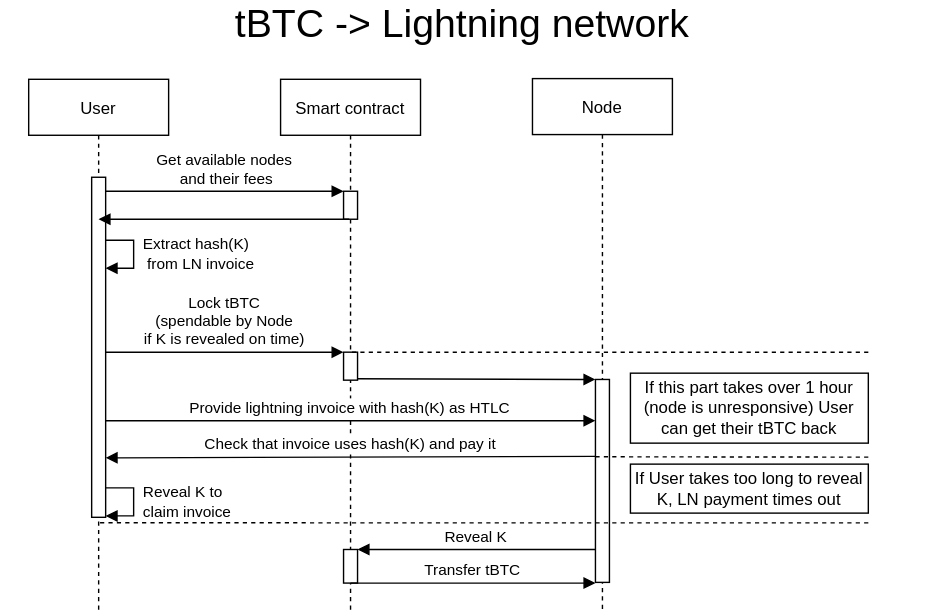
The draw.io diagram images/tbtc2ln.svg in keep-community/tbtcswaps, before a commit. Source tidied: cells renumbered, new cells last; positions are measured from the earlier drawing's top-left corner, leaving out a move shared by most shapes. The source it was exported from:
```xml
<mxGraphModel>
  <root>
    <mxCell id="0" />
    <mxCell id="1" parent="0" />
    <mxCell id="2" value="Reveal K" style="verticalAlign=bottom;endArrow=block;shadow=0;strokeWidth=1;" parent="1" edge="1" target="7">
      <mxGeometry relative="1" as="geometry">
        <mxPoint x="425" y="386" as="sourcePoint" />
      </mxGeometry>
    </mxCell>
    <mxCell id="3" value="User" style="shape=umlLifeline;perimeter=lifelinePerimeter;rounded=0;shadow=0;strokeWidth=1;" parent="1" vertex="1">
      <mxGeometry x="20" y="50" width="100" height="380" as="geometry" />
    </mxCell>
    <mxCell id="4" style="points=[];perimeter=orthogonalPerimeter;rounded=0;shadow=0;strokeWidth=1;" parent="3" vertex="1">
      <mxGeometry x="45" y="70" width="10" height="243" as="geometry" />
    </mxCell>
    <mxCell id="5" value="Smart contract" style="shape=umlLifeline;perimeter=lifelinePerimeter;rounded=0;shadow=0;strokeWidth=1;" parent="1" vertex="1">
      <mxGeometry x="200" y="50" width="100" height="380" as="geometry" />
    </mxCell>
    <mxCell id="6" style="points=[];perimeter=orthogonalPerimeter;rounded=0;shadow=0;strokeWidth=1;" parent="5" vertex="1">
      <mxGeometry x="45" y="80" width="10" height="20" as="geometry" />
    </mxCell>
    <mxCell id="7" style="points=[];perimeter=orthogonalPerimeter;rounded=0;shadow=0;strokeWidth=1;" parent="5" vertex="1">
      <mxGeometry x="45" y="336" width="10" height="24" as="geometry" />
    </mxCell>
    <mxCell id="8" value="Get available nodes&#10; and their fees" style="verticalAlign=bottom;endArrow=block;entryX=0;entryY=0;shadow=0;strokeWidth=1;" parent="1" edge="1" source="4" target="6">
      <mxGeometry relative="1" as="geometry" />
    </mxCell>
    <mxCell id="9" style="verticalAlign=bottom;endArrow=block;shadow=0;strokeWidth=1;exitX=0.4;exitY=1;exitDx=0;exitDy=0;exitPerimeter=0;" parent="1" edge="1" source="6" target="3">
      <mxGeometry relative="1" as="geometry" />
    </mxCell>
    <mxCell id="10" value="Node" style="shape=umlLifeline;perimeter=lifelinePerimeter;rounded=0;shadow=0;strokeWidth=1;" parent="1" vertex="1">
      <mxGeometry x="380" y="49.5" width="100" height="380.5" as="geometry" />
    </mxCell>
    <mxCell id="11" style="points=[];perimeter=orthogonalPerimeter;rounded=0;shadow=0;strokeWidth=1;" parent="10" vertex="1">
      <mxGeometry x="45" y="215" width="10" height="145" as="geometry" />
    </mxCell>
    <mxCell id="12" value="&lt;font style=&quot;font-size: 28px&quot;&gt;tBTC -&amp;gt;&amp;nbsp;&lt;/font&gt;&lt;span style=&quot;font-size: 28px&quot;&gt;Lightning network&lt;/span&gt;" style="text;html=1;strokeColor=none;fillColor=none;align=center;verticalAlign=middle;whiteSpace=wrap;rounded=0;" parent="1" vertex="1">
      <mxGeometry width="660" height="20" as="geometry" />
    </mxCell>
    <mxCell id="13" style="verticalAlign=bottom;endArrow=block;shadow=0;strokeWidth=1;exitX=0.7;exitY=0.95;exitDx=0;exitDy=0;exitPerimeter=0;" parent="1" edge="1" source="17" target="11">
      <mxGeometry relative="1" as="geometry" />
    </mxCell>
    <mxCell id="14" value="Check that invoice uses hash(K) and pay it" style="verticalAlign=bottom;endArrow=block;entryX=1;entryY=0.795;shadow=0;strokeWidth=1;entryDx=0;entryDy=0;entryPerimeter=0;" parent="1" edge="1">
      <mxGeometry relative="1" as="geometry">
        <mxPoint x="425" y="319.5" as="sourcePoint" />
        <mxPoint x="75" y="320.5" as="targetPoint" />
      </mxGeometry>
    </mxCell>
    <mxCell id="15" value="&amp;nbsp;Extract hash(K)&lt;br&gt;&amp;nbsp; from LN invoice" style="edgeStyle=orthogonalEdgeStyle;html=1;align=left;spacingLeft=2;endArrow=block;rounded=0;entryX=1;entryY=0;" parent="1" edge="1">
      <mxGeometry relative="1" as="geometry">
        <mxPoint x="75" y="165" as="sourcePoint" />
        <mxPoint x="75" y="185" as="targetPoint" />
        <Array as="points">
          <mxPoint x="95" y="165" />
        </Array>
      </mxGeometry>
    </mxCell>
    <mxCell id="16" value="Lock tBTC&#10;(spendable by Node&#10;if K is revealed on time)" style="verticalAlign=bottom;endArrow=block;entryX=0;entryY=0;shadow=0;strokeWidth=1;align=center;" parent="1" edge="1" target="17">
      <mxGeometry relative="1" as="geometry">
        <mxPoint x="75" y="245" as="sourcePoint" />
      </mxGeometry>
    </mxCell>
    <mxCell id="17" style="points=[];perimeter=orthogonalPerimeter;rounded=0;shadow=0;strokeWidth=1;" parent="1" vertex="1">
      <mxGeometry x="245" y="245" width="10" height="20" as="geometry" />
    </mxCell>
    <mxCell id="18" value="Provide lightning invoice with hash(K) as HTLC" style="verticalAlign=bottom;endArrow=block;shadow=0;strokeWidth=1;exitX=0.981;exitY=0.543;exitDx=0;exitDy=0;exitPerimeter=0;" parent="1" edge="1">
      <mxGeometry relative="1" as="geometry">
        <mxPoint x="74.8" y="294" as="sourcePoint" />
        <mxPoint x="425" y="294" as="targetPoint" />
      </mxGeometry>
    </mxCell>
    <mxCell id="19" value="If this part takes over 1 hour (node is unresponsive) User can get their tBTC back" style="rounded=0;whiteSpace=wrap;html=1;align=center;" parent="1" vertex="1">
      <mxGeometry x="450" y="260" width="170" height="50" as="geometry" />
    </mxCell>
    <mxCell id="20" value="&amp;nbsp;Reveal K to&lt;br&gt;&amp;nbsp;claim invoice" style="edgeStyle=orthogonalEdgeStyle;html=1;align=left;spacingLeft=2;endArrow=block;rounded=0;entryX=1;entryY=0;" parent="1" edge="1">
      <mxGeometry relative="1" as="geometry">
        <mxPoint x="75" y="342" as="sourcePoint" />
        <mxPoint x="75" y="362" as="targetPoint" />
        <Array as="points">
          <mxPoint x="95" y="342" />
        </Array>
      </mxGeometry>
    </mxCell>
    <mxCell id="21" value="Transfer tBTC" style="verticalAlign=bottom;endArrow=block;shadow=0;strokeWidth=1;" parent="1" edge="1">
      <mxGeometry relative="1" as="geometry">
        <mxPoint x="250" y="410" as="sourcePoint" />
        <mxPoint x="425" y="410" as="targetPoint" />
      </mxGeometry>
    </mxCell>
    <mxCell id="22" style="endArrow=none;dashed=1;html=1;strokeColor=#000000;align=center;" parent="1" edge="1">
      <mxGeometry relative="1" as="geometry">
        <mxPoint x="620" y="245" as="sourcePoint" />
        <mxPoint x="249" y="245" as="targetPoint" />
      </mxGeometry>
    </mxCell>
    <mxCell id="23" style="endArrow=none;dashed=1;html=1;strokeColor=#000000;align=center;entryX=-0.077;entryY=0.381;entryDx=0;entryDy=0;entryPerimeter=0;" parent="1" edge="1" target="11">
      <mxGeometry relative="1" as="geometry">
        <mxPoint x="620" y="320" as="sourcePoint" />
      </mxGeometry>
    </mxCell>
    <mxCell id="24" style="endArrow=none;dashed=1;html=1;strokeColor=#000000;align=center;entryX=0.496;entryY=0.834;entryDx=0;entryDy=0;entryPerimeter=0;" parent="1" edge="1" target="3">
      <mxGeometry relative="1" as="geometry">
        <mxPoint x="620" y="367" as="sourcePoint" />
      </mxGeometry>
    </mxCell>
    <mxCell id="25" value="If User takes too long to reveal K, LN payment times out" style="rounded=0;whiteSpace=wrap;html=1;align=center;" parent="1" vertex="1">
      <mxGeometry x="450" y="325" width="170" height="35" as="geometry" />
    </mxCell>
  </root>
</mxGraphModel>
```
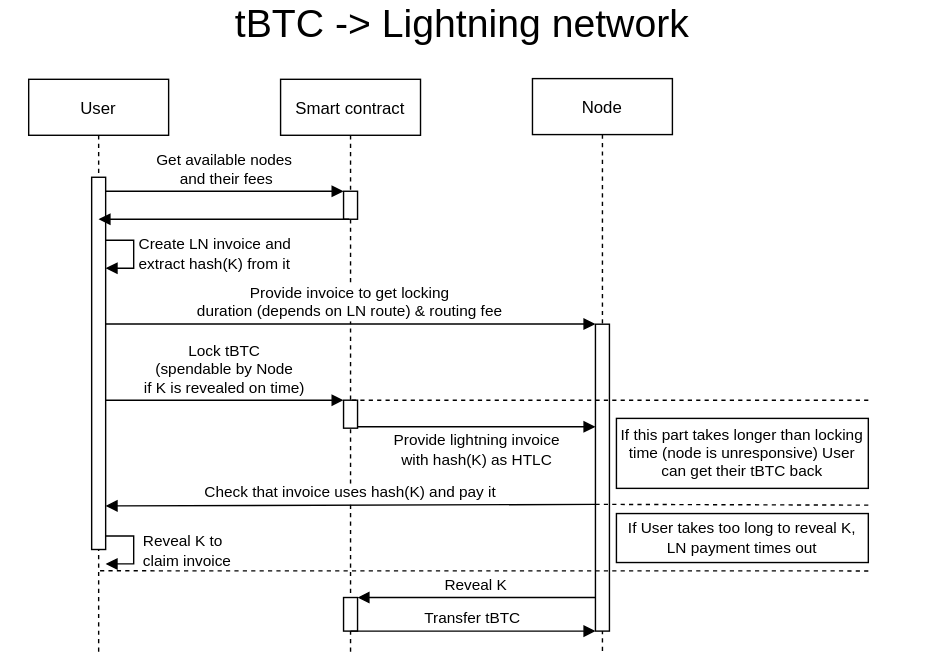
After the commit.

Commit message:
Update image to current behaviour

The edit, as a diff of the source:
```diff
@@ -4,23 +4,23 @@
     <mxCell id="1" parent="0" />
     <mxCell id="2" value="Reveal K" style="verticalAlign=bottom;endArrow=block;shadow=0;strokeWidth=1;" parent="1" edge="1" target="7">
       <mxGeometry relative="1" as="geometry">
-        <mxPoint x="425" y="386" as="sourcePoint" />
+        <mxPoint x="425" y="420.3" as="sourcePoint" />
       </mxGeometry>
     </mxCell>
     <mxCell id="3" value="User" style="shape=umlLifeline;perimeter=lifelinePerimeter;rounded=0;shadow=0;strokeWidth=1;" parent="1" vertex="1">
-      <mxGeometry x="20" y="50" width="100" height="380" as="geometry" />
+      <mxGeometry x="20" y="50" width="100" height="410" as="geometry" />
     </mxCell>
     <mxCell id="4" style="points=[];perimeter=orthogonalPerimeter;rounded=0;shadow=0;strokeWidth=1;" parent="3" vertex="1">
-      <mxGeometry x="45" y="70" width="10" height="243" as="geometry" />
+      <mxGeometry x="45" y="70" width="10" height="266" as="geometry" />
     </mxCell>
     <mxCell id="5" value="Smart contract" style="shape=umlLifeline;perimeter=lifelinePerimeter;rounded=0;shadow=0;strokeWidth=1;" parent="1" vertex="1">
-      <mxGeometry x="200" y="50" width="100" height="380" as="geometry" />
+      <mxGeometry x="200" y="50" width="100" height="410" as="geometry" />
     </mxCell>
     <mxCell id="6" style="points=[];perimeter=orthogonalPerimeter;rounded=0;shadow=0;strokeWidth=1;" parent="5" vertex="1">
       <mxGeometry x="45" y="80" width="10" height="20" as="geometry" />
     </mxCell>
     <mxCell id="7" style="points=[];perimeter=orthogonalPerimeter;rounded=0;shadow=0;strokeWidth=1;" parent="5" vertex="1">
-      <mxGeometry x="45" y="336" width="10" height="24" as="geometry" />
+      <mxGeometry x="45" y="370.3" width="10" height="24" as="geometry" />
     </mxCell>
     <mxCell id="8" value="Get available nodes&#10; and their fees" style="verticalAlign=bottom;endArrow=block;entryX=0;entryY=0;shadow=0;strokeWidth=1;" parent="1" edge="1" source="4" target="6">
       <mxGeometry relative="1" as="geometry" />
@@ -29,24 +29,26 @@
       <mxGeometry relative="1" as="geometry" />
     </mxCell>
     <mxCell id="10" value="Node" style="shape=umlLifeline;perimeter=lifelinePerimeter;rounded=0;shadow=0;strokeWidth=1;" parent="1" vertex="1">
-      <mxGeometry x="380" y="49.5" width="100" height="380.5" as="geometry" />
+      <mxGeometry x="380" y="49.5" width="100" height="410.5" as="geometry" />
     </mxCell>
-    <mxCell id="11" style="points=[];perimeter=orthogonalPerimeter;rounded=0;shadow=0;strokeWidth=1;" parent="10" vertex="1">
-      <mxGeometry x="45" y="215" width="10" height="145" as="geometry" />
-    </mxCell>
     <mxCell id="12" value="&lt;font style=&quot;font-size: 28px&quot;&gt;tBTC -&amp;gt;&amp;nbsp;&lt;/font&gt;&lt;span style=&quot;font-size: 28px&quot;&gt;Lightning network&lt;/span&gt;" style="text;html=1;strokeColor=none;fillColor=none;align=center;verticalAlign=middle;whiteSpace=wrap;rounded=0;" parent="1" vertex="1">
       <mxGeometry width="660" height="20" as="geometry" />
     </mxCell>
     <mxCell id="13" style="verticalAlign=bottom;endArrow=block;shadow=0;strokeWidth=1;exitX=0.7;exitY=0.95;exitDx=0;exitDy=0;exitPerimeter=0;" parent="1" edge="1" source="17" target="11">
       <mxGeometry relative="1" as="geometry" />
     </mxCell>
+    <mxCell id="18" value="Provide lightning invoice &lt;br&gt;with hash(K) as HTLC" style="edgeLabel;html=1;align=center;verticalAlign=middle;" parent="13" vertex="1">
+      <mxGeometry x="-0.37" y="2" relative="1" as="geometry">
+        <mxPoint x="33.5" y="18" as="offset" />
+      </mxGeometry>
+    </mxCell>
     <mxCell id="14" value="Check that invoice uses hash(K) and pay it" style="verticalAlign=bottom;endArrow=block;entryX=1;entryY=0.795;shadow=0;strokeWidth=1;entryDx=0;entryDy=0;entryPerimeter=0;" parent="1" edge="1">
       <mxGeometry relative="1" as="geometry">
-        <mxPoint x="425" y="319.5" as="sourcePoint" />
-        <mxPoint x="75" y="320.5" as="targetPoint" />
+        <mxPoint x="425" y="353.8" as="sourcePoint" />
+        <mxPoint x="75" y="354.8" as="targetPoint" />
       </mxGeometry>
     </mxCell>
-    <mxCell id="15" value="&amp;nbsp;Extract hash(K)&lt;br&gt;&amp;nbsp; from LN invoice" style="edgeStyle=orthogonalEdgeStyle;html=1;align=left;spacingLeft=2;endArrow=block;rounded=0;entryX=1;entryY=0;" parent="1" edge="1">
+    <mxCell id="15" value="Create LN invoice and&lt;br&gt;extract hash(K) from it" style="edgeStyle=orthogonalEdgeStyle;html=1;align=left;spacingLeft=2;endArrow=block;rounded=0;entryX=1;entryY=0;" parent="1" edge="1">
       <mxGeometry relative="1" as="geometry">
         <mxPoint x="75" y="165" as="sourcePoint" />
         <mxPoint x="75" y="185" as="targetPoint" />
@@ -57,54 +59,58 @@
     </mxCell>
     <mxCell id="16" value="Lock tBTC&#10;(spendable by Node&#10;if K is revealed on time)" style="verticalAlign=bottom;endArrow=block;entryX=0;entryY=0;shadow=0;strokeWidth=1;align=center;" parent="1" edge="1" target="17">
       <mxGeometry relative="1" as="geometry">
-        <mxPoint x="75" y="245" as="sourcePoint" />
+        <mxPoint x="75" y="279.3" as="sourcePoint" />
       </mxGeometry>
     </mxCell>
     <mxCell id="17" style="points=[];perimeter=orthogonalPerimeter;rounded=0;shadow=0;strokeWidth=1;" parent="1" vertex="1">
-      <mxGeometry x="245" y="245" width="10" height="20" as="geometry" />
+      <mxGeometry x="245" y="279.3" width="10" height="20" as="geometry" />
     </mxCell>
-    <mxCell id="18" value="Provide lightning invoice with hash(K) as HTLC" style="verticalAlign=bottom;endArrow=block;shadow=0;strokeWidth=1;exitX=0.981;exitY=0.543;exitDx=0;exitDy=0;exitPerimeter=0;" parent="1" edge="1">
-      <mxGeometry relative="1" as="geometry">
-        <mxPoint x="74.8" y="294" as="sourcePoint" />
-        <mxPoint x="425" y="294" as="targetPoint" />
-      </mxGeometry>
-    </mxCell>
-    <mxCell id="19" value="If this part takes over 1 hour (node is unresponsive) User can get their tBTC back" style="rounded=0;whiteSpace=wrap;html=1;align=center;" parent="1" vertex="1">
-      <mxGeometry x="450" y="260" width="170" height="50" as="geometry" />
+    <mxCell id="19" value="If this part takes longer than locking time (node is unresponsive) User can get their tBTC back" style="rounded=0;whiteSpace=wrap;html=1;align=center;fontSize=11;" parent="1" vertex="1">
+      <mxGeometry x="440" y="292.3" width="180" height="50" as="geometry" />
     </mxCell>
     <mxCell id="20" value="&amp;nbsp;Reveal K to&lt;br&gt;&amp;nbsp;claim invoice" style="edgeStyle=orthogonalEdgeStyle;html=1;align=left;spacingLeft=2;endArrow=block;rounded=0;entryX=1;entryY=0;" parent="1" edge="1">
       <mxGeometry relative="1" as="geometry">
-        <mxPoint x="75" y="342" as="sourcePoint" />
-        <mxPoint x="75" y="362" as="targetPoint" />
+        <mxPoint x="75" y="376.3" as="sourcePoint" />
+        <mxPoint x="75" y="396.3" as="targetPoint" />
         <Array as="points">
-          <mxPoint x="95" y="342" />
+          <mxPoint x="95" y="376.3" />
         </Array>
       </mxGeometry>
     </mxCell>
     <mxCell id="21" value="Transfer tBTC" style="verticalAlign=bottom;endArrow=block;shadow=0;strokeWidth=1;" parent="1" edge="1">
       <mxGeometry relative="1" as="geometry">
-        <mxPoint x="250" y="410" as="sourcePoint" />
-        <mxPoint x="425" y="410" as="targetPoint" />
+        <mxPoint x="250" y="444.3" as="sourcePoint" />
+        <mxPoint x="425" y="444.3" as="targetPoint" />
       </mxGeometry>
     </mxCell>
+    <mxCell id="25" value="If User takes too long to reveal K, LN payment times out" style="rounded=0;whiteSpace=wrap;html=1;align=center;fontSize=11;" parent="1" vertex="1">
+      <mxGeometry x="440" y="360.3" width="180" height="35" as="geometry" />
+    </mxCell>
+    <mxCell id="11" style="points=[];perimeter=orthogonalPerimeter;rounded=0;shadow=0;strokeWidth=1;" parent="1" vertex="1">
+      <mxGeometry x="425" y="225" width="10" height="219.3" as="geometry" />
+    </mxCell>
+    <mxCell id="26" value="Provide invoice to get locking&#10;duration (depends on LN route) &amp; routing fee" style="verticalAlign=bottom;endArrow=block;shadow=0;strokeWidth=1;align=center;exitX=0.984;exitY=0.368;exitDx=0;exitDy=0;exitPerimeter=0;" parent="1" edge="1">
+      <mxGeometry relative="1" as="geometry">
+        <mxPoint x="74.8" y="224.9" as="sourcePoint" />
+        <mxPoint x="425" y="224.9" as="targetPoint" />
+      </mxGeometry>
+    </mxCell>
+    <mxCell id="23" style="endArrow=none;dashed=1;html=1;strokeColor=#000000;align=center;entryX=-0.094;entryY=0.587;entryDx=0;entryDy=0;entryPerimeter=0;" parent="1" edge="1" target="11">
+      <mxGeometry relative="1" as="geometry">
+        <mxPoint x="620" y="354.3" as="sourcePoint" />
+      </mxGeometry>
+    </mxCell>
     <mxCell id="22" style="endArrow=none;dashed=1;html=1;strokeColor=#000000;align=center;" parent="1" edge="1">
       <mxGeometry relative="1" as="geometry">
-        <mxPoint x="620" y="245" as="sourcePoint" />
-        <mxPoint x="249" y="245" as="targetPoint" />
+        <mxPoint x="620" y="279.3" as="sourcePoint" />
+        <mxPoint x="249" y="279.3" as="targetPoint" />
       </mxGeometry>
     </mxCell>
-    <mxCell id="23" style="endArrow=none;dashed=1;html=1;strokeColor=#000000;align=center;entryX=-0.077;entryY=0.381;entryDx=0;entryDy=0;entryPerimeter=0;" parent="1" edge="1" target="11">
-      <mxGeometry relative="1" as="geometry">
-        <mxPoint x="620" y="320" as="sourcePoint" />
-      </mxGeometry>
-    </mxCell>
-    <mxCell id="24" style="endArrow=none;dashed=1;html=1;strokeColor=#000000;align=center;entryX=0.496;entryY=0.834;entryDx=0;entryDy=0;entryPerimeter=0;" parent="1" edge="1" target="3">
+    <mxCell id="24" style="endArrow=none;dashed=1;html=1;strokeColor=#000000;align=center;entryX=0.496;entryY=0.834;entryDx=0;entryDy=0;entryPerimeter=0;" parent="1" edge="1">
       <mxGeometry relative="1" as="geometry">
-        <mxPoint x="620" y="367" as="sourcePoint" />
+        <mxPoint x="620" y="401.3" as="sourcePoint" />
+        <mxPoint x="69.6" y="401.2" as="targetPoint" />
       </mxGeometry>
     </mxCell>
-    <mxCell id="25" value="If User takes too long to reveal K, LN payment times out" style="rounded=0;whiteSpace=wrap;html=1;align=center;" parent="1" vertex="1">
-      <mxGeometry x="450" y="325" width="170" height="35" as="geometry" />
-    </mxCell>
   </root>
 </mxGraphModel>
```
